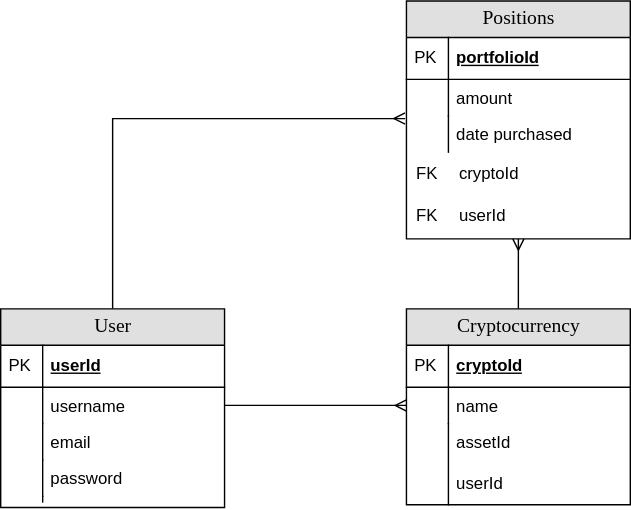
brnguy/Crypto-Tracker keeps this draw.io diagram as ERD.svg. Above is the earlier version. Source tidied: cells renumbered, new cells last; positions are measured from the earlier drawing's top-left corner, leaving out a move shared by most shapes.
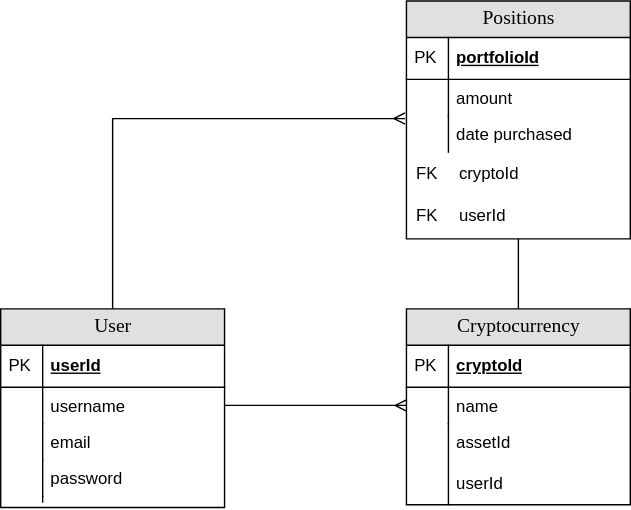
The same file after the commit.

What changed in the source:
```diff
@@ -44,7 +44,7 @@
     <mxCell id="15" value="userId" style="shape=partialRectangle;fillColor=none;top=0;left=0;bottom=0;right=0;align=left;spacingLeft=6;fontStyle=0;overflow=hidden;labelBackgroundColor=#FFFFFF;" parent="13" vertex="1">
       <mxGeometry x="30" width="130" height="30" as="geometry" />
     </mxCell>
-    <mxCell id="16" style="edgeStyle=orthogonalEdgeStyle;rounded=0;jettySize=auto;html=1;exitX=0.5;exitY=0;exitDx=0;exitDy=0;entryX=0.5;entryY=1;entryDx=0;entryDy=0;endArrow=ERmany;endFill=0;" parent="1" edge="1" source="17" target="9">
+    <mxCell id="16" style="edgeStyle=orthogonalEdgeStyle;rounded=0;jettySize=auto;html=1;exitX=0.5;exitY=0;exitDx=0;exitDy=0;entryX=0.5;entryY=1;entryDx=0;entryDy=0;endArrow=none;endFill=0;" parent="1" edge="1" source="17" target="9">
       <mxGeometry relative="1" as="geometry" />
     </mxCell>
     <mxCell id="17" value="Cryptocurrency" style="swimlane;html=1;fontStyle=0;horizontal=1;startSize=26;fillColor=#e0e0e0;swimlaneFillColor=#ffffff;align=center;rounded=0;shadow=0;comic=0;labelBackgroundColor=none;strokeWidth=1;fontFamily=Verdana;fontSize=14;" parent="1" vertex="1">
```
